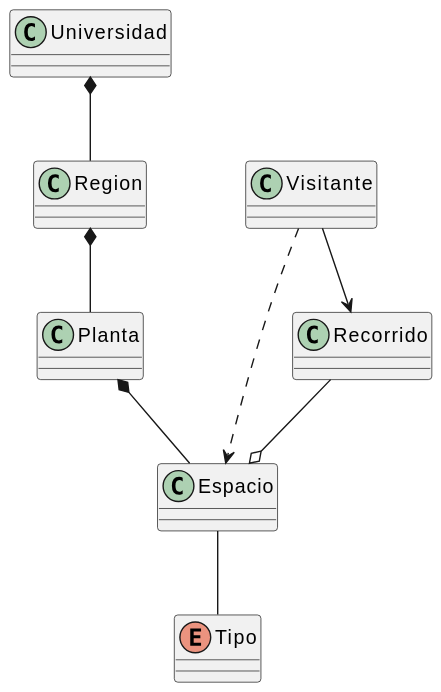
The PlantUML diagram documentos/00-modeloDeDominio/DiagramaDeClases/diagramaDeClases.svg in Camila-Lesly/25-26-idsw1-sdr, before a commit. The source it was exported from:
```plantuml
@startuml
enum Tipo

Universidad *-- Region
Region *-- Planta
Planta *-- Espacio
Espacio -- Tipo

Visitante --> Recorrido
Recorrido --o Espacio
Visitante ..> Espacio
@enduml
```
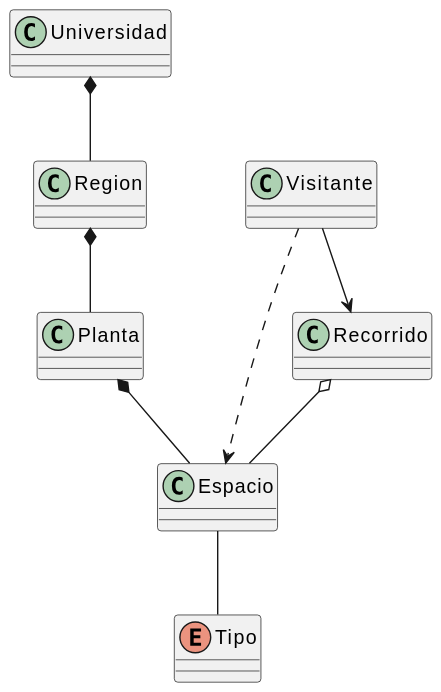
The same file after the commit.

Commit message:
fix: making the relation between tour and space make sense

The edit, as a diff of the source:
```diff
@@ -7,6 +7,6 @@
 Espacio -- Tipo
 
 Visitante --> Recorrido
-Recorrido --o Espacio
+Recorrido o-- Espacio
 Visitante ..> Espacio
 @enduml
```
